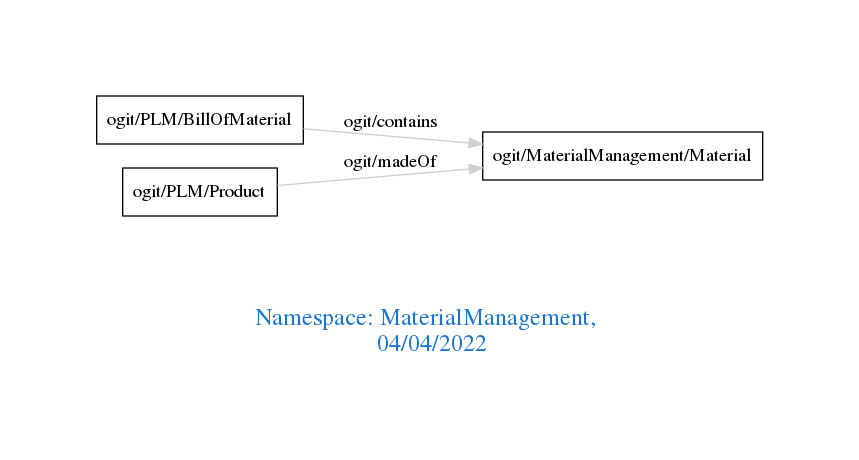
arago/OGIT keeps this Graphviz diagram as downloads/MaterialManagement.png. Above is the earlier version. Its source is kept beside it as downloads/MaterialManagement.dot.
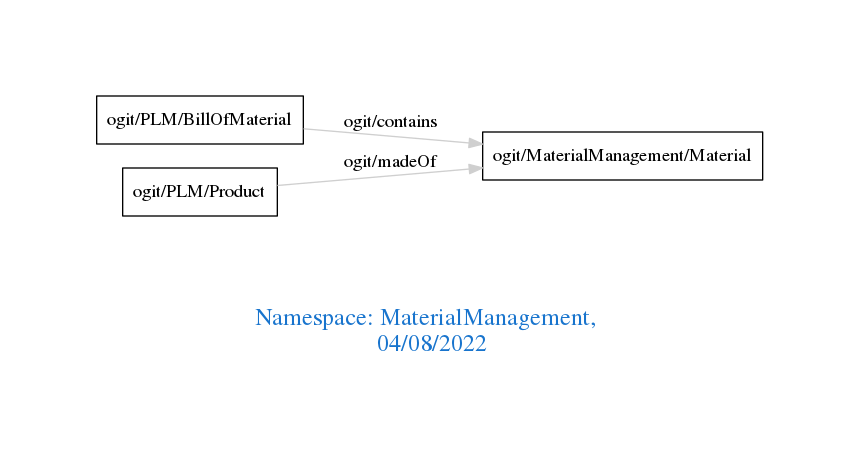
After the commit.

The edit, as a diff of the source:
```diff
@@ -1,7 +1,7 @@
 digraph OGIT_ontology {
  graph [ rankdir= LR,pad=1
 fontsize = 18,
-fontcolor= dodgerblue3,label = "\n\n\nNamespace: MaterialManagement, \n 04/04/2022"];
+fontcolor= dodgerblue3,label = "\n\n\nNamespace: MaterialManagement, \n 04/08/2022"];
 node[shape=polygon];
 edge [  color="gray81"];
 
```
